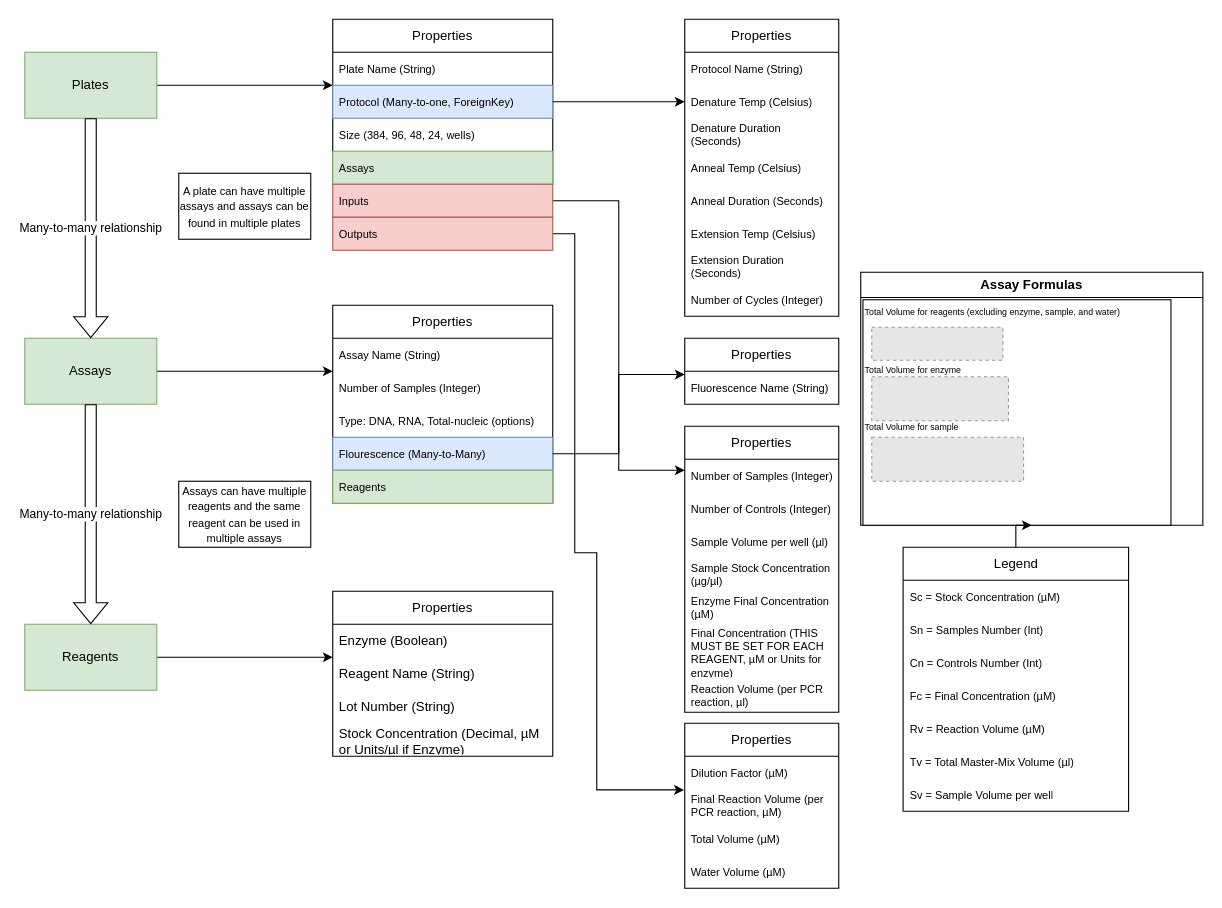
The draw.io diagram page "Plate Schema" (5 of 5) of Untitled Diagram.drawio in FusRaDa/pcr-paperwork-website-draw, before the edit. Source tidied: cells renumbered, new cells numbered last; positions are measured from the earlier drawing's top-left corner, leaving out a move shared by most shapes. Both pictures are drawn from the tidied source at 110%, with x=0, y=0 at pixel (24, 19). Pictures stored in the file or linked from it are replaced by grey dashed boxes.
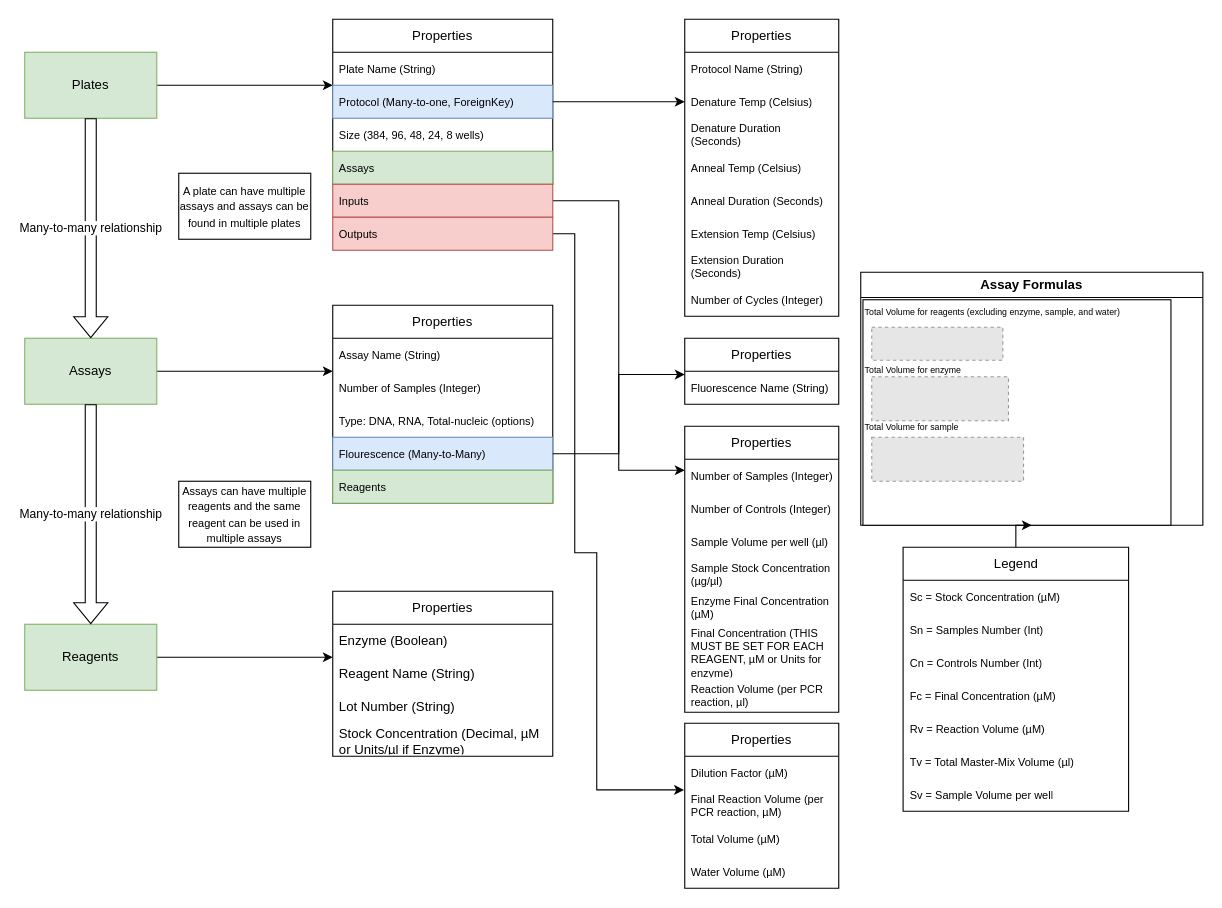
Above is the later version.

Unchanged cells that the change refers to:
```xml
<mxCell id="12" value="Properties" style="swimlane;fontStyle=0;horizontal=1;startSize=30;whiteSpace=wrap;html=1;" parent="1" vertex="1">
  <mxGeometry x="280" width="200" height="150" as="geometry" />
</mxCell>
```

Change to the diagram source:
```diff
@@
-    <mxCell id="15" value="Size (384, 96, 48, 24, wells)" style="text;strokeColor=none;fillColor=none;align=left;verticalAlign=middle;spacingLeft=4;spacingRight=4;overflow=hidden;whiteSpace=wrap;html=1;fontSize=10;" parent="12" vertex="1">
+    <mxCell id="15" value="Size (384, 96, 48, 24, 8 wells)" style="text;strokeColor=none;fillColor=none;align=left;verticalAlign=middle;spacingLeft=4;spacingRight=4;overflow=hidden;whiteSpace=wrap;html=1;fontSize=10;" parent="12" vertex="1">
       <mxGeometry y="90" width="200" height="30" as="geometry" />
     </mxCell>
```
